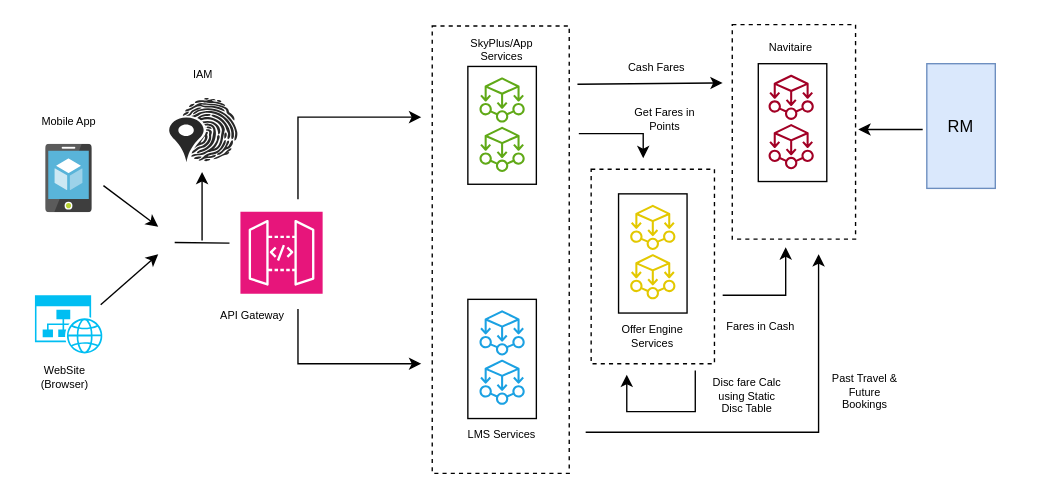
Earlier version of the draw.io diagram Copy2 of LM.drawio (nchauhan4/drawings). Source tidied: cells renumbered, new cells numbered last; positions are measured from the earlier drawing's top-left corner, leaving out a move shared by most shapes. Both pictures are drawn from the tidied source at 137%, with x=0, y=0 at pixel (23, 25).
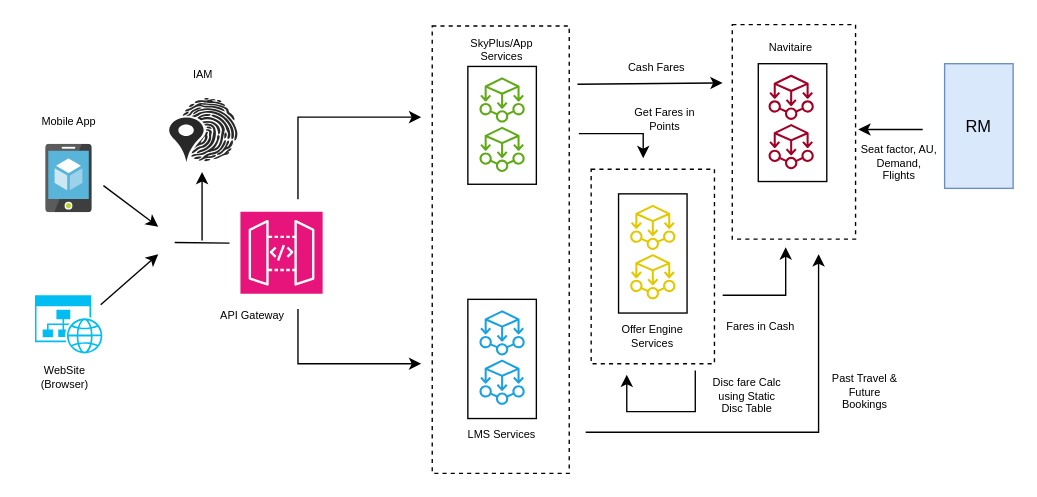
The same diagram, later.

Change to the diagram source:
```diff
@@
     <mxCell id="23" value="RM" style="rounded=0;whiteSpace=wrap;html=1;fillColor=#dae8fc;strokeColor=#6c8ebf;" parent="1" vertex="1">
-      <mxGeometry x="659" y="28" width="50" height="91" as="geometry" />
+      <mxGeometry x="672" y="28" width="50" height="91" as="geometry" />
     </mxCell>
@@
+    <mxCell id="47" value="Seat factor, AU, Demand, Flights" style="text;html=1;strokeColor=none;fillColor=none;align=center;verticalAlign=middle;whiteSpace=wrap;rounded=0;fontSize=8;" parent="1" vertex="1">
+      <mxGeometry x="609" y="86" width="60" height="30" as="geometry" />
+    </mxCell>
```
